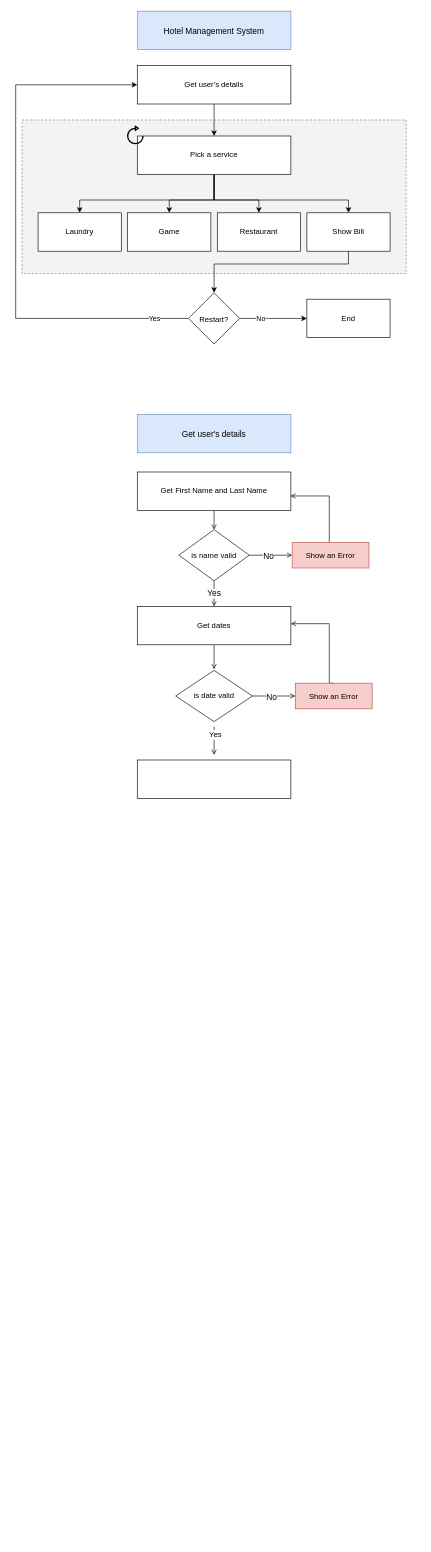
ouhoy/hotel_management_system keeps this draw.io diagram as page "Page-1" (1 of 2) of assets/Hotel Management System UML.drawio. Above is the earlier version. Source tidied: cells renumbered, new cells numbered last; positions are measured from the earlier drawing's top-left corner, leaving out a move shared by most shapes. Both pictures are drawn from the tidied source at 64%, with x=0, y=0 at pixel (15, 11).
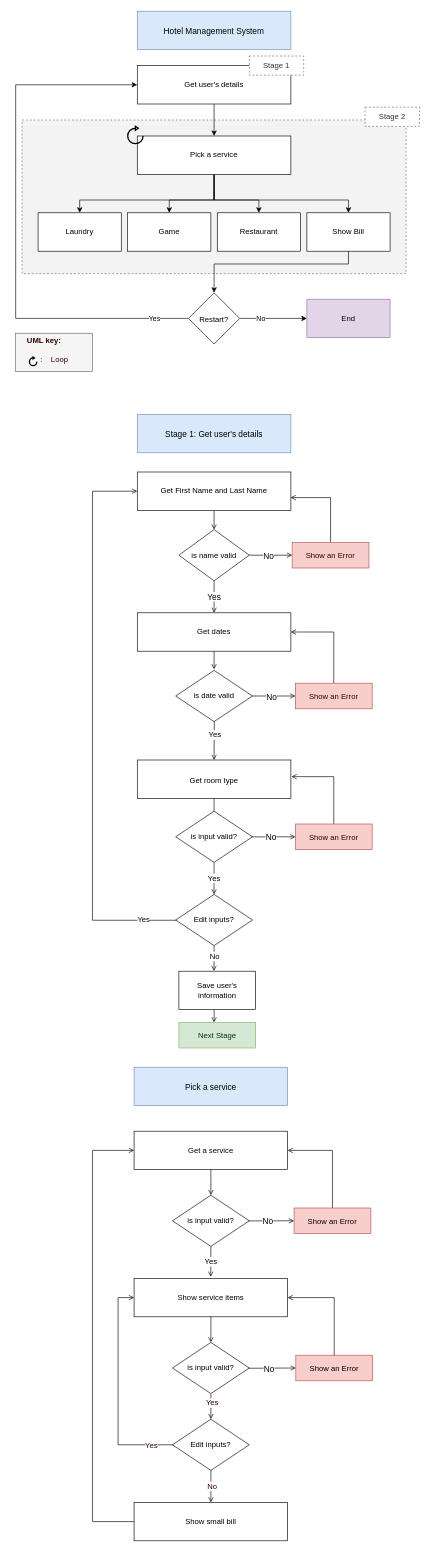
After the change.

Commit message (it also covers changes not shown here):
Update UML: add detailed design; stage one and two

Also update the type annotation in the main py file

The change refers to these unchanged cells:
```xml
<mxCell id="25" value="Get First Name and Last Name" style="whiteSpace=wrap;html=1;rounded=1;arcSize=0;" parent="1" vertex="1">
  <mxGeometry x="190" y="720" width="240" height="60" as="geometry" />
</mxCell>
<mxCell id="36" value="is date valid" style="rhombus;whiteSpace=wrap;html=1;strokeColor=#000000;strokeWidth=1;fontSize=12;" parent="1" vertex="1">
  <mxGeometry x="250" y="1030" width="120" height="80" as="geometry" />
</mxCell>
```

The edit, as a diff of the source:
```diff
@@
-    <mxCell id="20" value="End" style="whiteSpace=wrap;html=1;rounded=1;arcSize=0;" parent="1" vertex="1">
+    <mxCell id="20" value="End" style="whiteSpace=wrap;html=1;rounded=1;arcSize=0;fillColor=#e1d5e7;strokeColor=#9673a6;" parent="1" vertex="1">
       <mxGeometry x="455" y="450" width="130" height="60" as="geometry" />
     </mxCell>
@@
-    <mxCell id="23" value="&lt;font style=&quot;font-size: 13px;&quot;&gt;Get user's details&lt;/font&gt;" style="rounded=0;whiteSpace=wrap;html=1;fontSize=16;fillColor=#dae8fc;strokeColor=#6c8ebf;" parent="1" vertex="1">
+    <mxCell id="23" value="&lt;font style=&quot;font-size: 13px;&quot;&gt;Stage 1: Get user's details&lt;/font&gt;" style="rounded=0;whiteSpace=wrap;html=1;fontSize=16;fillColor=#dae8fc;strokeColor=#6c8ebf;" parent="1" vertex="1">
       <mxGeometry x="190" y="630" width="240" height="60" as="geometry" />
     </mxCell>
@@
-    <mxCell id="30" style="edgeStyle=elbowEdgeStyle;rounded=0;jettySize=auto;html=1;entryX=0.997;entryY=0.624;entryDx=0;entryDy=0;entryPerimeter=0;fontSize=12;endArrow=open;sourcePerimeterSpacing=8;targetPerimeterSpacing=8;exitX=0.5;exitY=0;exitDx=0;exitDy=0;" parent="1" edge="1" source="31" target="25">
+    <mxCell id="30" style="edgeStyle=elbowEdgeStyle;rounded=0;jettySize=auto;html=1;fontSize=12;endArrow=open;sourcePerimeterSpacing=8;targetPerimeterSpacing=8;exitX=0.5;exitY=0;exitDx=0;exitDy=0;entryX=0.998;entryY=0.661;entryDx=0;entryDy=0;entryPerimeter=0;elbow=vertical;" parent="1" edge="1" source="31" target="25">
       <mxGeometry relative="1" as="geometry">
         <Array as="points">
-          <mxPoint x="490" y="800" />
-          <mxPoint x="490" y="790" />
+          <mxPoint x="460" y="760" />
         </Array>
       </mxGeometry>
     </mxCell>
-    <mxCell id="31" value="&lt;span style=&quot;font-size: 12px;&quot;&gt;Show an Error&lt;/span&gt;" style="whiteSpace=wrap;html=1;fontSize=13;strokeColor=#b85450;strokeWidth=1;fillColor=#f8cecc;" parent="1" vertex="1">
+    <mxCell id="31" value="&lt;span style=&quot;font-size: 12px;&quot;&gt;&lt;font color=&quot;#330000&quot;&gt;Show an Error&lt;/font&gt;&lt;/span&gt;" style="whiteSpace=wrap;html=1;fontSize=13;strokeColor=#b85450;strokeWidth=1;fillColor=#f8cecc;" parent="1" vertex="1">
       <mxGeometry x="432" y="830" width="120" height="40" as="geometry" />
     </mxCell>
@@
     <mxCell id="33" value="Get dates" style="whiteSpace=wrap;html=1;rounded=1;arcSize=0;" parent="1" vertex="1">
-      <mxGeometry x="190" y="930" width="240" height="60" as="geometry" />
+      <mxGeometry x="190" y="940" width="240" height="60" as="geometry" />
     </mxCell>
-    <mxCell id="34" style="edgeStyle=elbowEdgeStyle;rounded=0;jettySize=auto;html=1;fontSize=12;endArrow=open;sourcePerimeterSpacing=8;targetPerimeterSpacing=8;" parent="1" edge="1" source="36" target="41">
+    <mxCell id="34" style="edgeStyle=elbowEdgeStyle;rounded=0;jettySize=auto;html=1;fontSize=12;endArrow=open;sourcePerimeterSpacing=8;targetPerimeterSpacing=8;exitX=0.503;exitY=0.982;exitDx=0;exitDy=0;exitPerimeter=0;entryX=0.5;entryY=0;entryDx=0;entryDy=0;" parent="1" edge="1" source="36" target="41">
       <mxGeometry relative="1" as="geometry" />
     </mxCell>
     <mxCell id="35" value="Yes" style="edgeLabel;html=1;align=center;verticalAlign=middle;fontSize=12;" parent="34" vertex="1">
-      <mxGeometry x="-0.45" y="1" relative="1" as="geometry" />
+      <mxGeometry x="-0.45" y="1" relative="1" as="geometry">
+        <mxPoint x="-1" y="5" as="offset" />
+      </mxGeometry>
     </mxCell>
@@
-    <mxCell id="37" style="edgeStyle=elbowEdgeStyle;rounded=0;orthogonalLoop=1;jettySize=auto;html=1;fontSize=13;endArrow=open;sourcePerimeterSpacing=8;targetPerimeterSpacing=8;exitX=1;exitY=0.5;exitDx=0;exitDy=0;entryX=0;entryY=0.5;entryDx=0;entryDy=0;" parent="1" edge="1">
+    <mxCell id="37" style="edgeStyle=elbowEdgeStyle;rounded=0;jettySize=auto;html=1;fontSize=13;endArrow=open;sourcePerimeterSpacing=8;targetPerimeterSpacing=8;exitX=1;exitY=0.5;exitDx=0;exitDy=0;entryX=0;entryY=0.5;entryDx=0;entryDy=0;" parent="1" edge="1" source="36">
       <mxGeometry relative="1" as="geometry">
-        <mxPoint x="370" y="1070" as="sourcePoint" />
         <mxPoint x="437" y="1070" as="targetPoint" />
       </mxGeometry>
     </mxCell>
@@
-    <mxCell id="39" style="edgeStyle=elbowEdgeStyle;rounded=0;jettySize=auto;html=1;entryX=0.997;entryY=0.624;entryDx=0;entryDy=0;entryPerimeter=0;fontSize=12;endArrow=open;sourcePerimeterSpacing=8;targetPerimeterSpacing=8;exitX=0.5;exitY=0;exitDx=0;exitDy=0;" parent="1" edge="1" source="40">
+    <mxCell id="39" style="edgeStyle=elbowEdgeStyle;rounded=0;jettySize=auto;html=1;entryX=1;entryY=0.5;entryDx=0;entryDy=0;fontSize=12;endArrow=open;sourcePerimeterSpacing=8;targetPerimeterSpacing=8;exitX=0.5;exitY=0;exitDx=0;exitDy=0;elbow=vertical;" parent="1" edge="1" source="40" target="33">
       <mxGeometry relative="1" as="geometry">
-        <mxPoint x="430" y="957" as="targetPoint" />
         <Array as="points">
-          <mxPoint x="490" y="1030" />
-          <mxPoint x="490.7" y="999.6" />
-          <mxPoint x="490.7" y="989.6" />
+          <mxPoint x="470" y="970" />
         </Array>
       </mxGeometry>
     </mxCell>
-    <mxCell id="40" value="&lt;span style=&quot;font-size: 12px;&quot;&gt;Show an Error&lt;/span&gt;" style="whiteSpace=wrap;html=1;fontSize=13;strokeColor=#b85450;strokeWidth=1;fillColor=#f8cecc;" parent="1" vertex="1">
+    <mxCell id="40" value="&lt;span style=&quot;font-size: 12px;&quot;&gt;&lt;font color=&quot;#330000&quot;&gt;Show an Error&lt;/font&gt;&lt;/span&gt;" style="whiteSpace=wrap;html=1;fontSize=13;strokeColor=#b85450;strokeWidth=1;fillColor=#f8cecc;" parent="1" vertex="1">
       <mxGeometry x="437" y="1050" width="120" height="40" as="geometry" />
     </mxCell>
+    <mxCell id="42" value="Yes" style="edgeStyle=none;curved=1;rounded=0;jettySize=auto;html=1;entryX=0.5;entryY=0;entryDx=0;entryDy=0;fontSize=12;endArrow=open;targetPerimeterSpacing=8;exitX=0.5;exitY=1;exitDx=0;exitDy=0;startArrow=none;" parent="1" edge="1" source="55" target="47">
+      <mxGeometry relative="1" as="geometry" />
+    </mxCell>
-    <mxCell id="41" style="whiteSpace=wrap;html=1;strokeColor=#000000;strokeWidth=1;fontSize=16;" parent="1" vertex="1">
+    <mxCell id="41" value="&lt;font style=&quot;font-size: 12px;&quot;&gt;Get room type&lt;/font&gt;" style="whiteSpace=wrap;html=1;strokeColor=#000000;strokeWidth=1;fontSize=16;" parent="1" vertex="1">
       <mxGeometry x="190" y="1170" width="240" height="60" as="geometry" />
     </mxCell>
+    <mxCell id="43" style="edgeStyle=orthogonalEdgeStyle;rounded=0;jettySize=auto;html=1;fontSize=12;endArrow=open;sourcePerimeterSpacing=8;targetPerimeterSpacing=8;entryX=0;entryY=0.5;entryDx=0;entryDy=0;exitX=0.016;exitY=0.505;exitDx=0;exitDy=0;exitPerimeter=0;" parent="1" edge="1" source="47" target="25">
+      <mxGeometry relative="1" as="geometry">
+        <Array as="points">
+          <mxPoint x="252" y="1420" />
+          <mxPoint x="120" y="1420" />
+          <mxPoint x="120" y="750" />
+        </Array>
+      </mxGeometry>
+    </mxCell>
+    <mxCell id="44" value="Yes" style="edgeLabel;html=1;align=center;verticalAlign=middle;fontSize=12;" parent="43" vertex="1">
+      <mxGeometry x="-0.88" y="-2" relative="1" as="geometry" />
+    </mxCell>
+    <mxCell id="45" style="edgeStyle=elbowEdgeStyle;rounded=0;jettySize=auto;elbow=vertical;html=1;fontSize=12;fontColor=#000000;endArrow=open;sourcePerimeterSpacing=8;targetPerimeterSpacing=8;exitX=0.5;exitY=1;exitDx=0;exitDy=0;entryX=0.457;entryY=-0.005;entryDx=0;entryDy=0;entryPerimeter=0;" parent="1" edge="1" source="47" target="89">
+      <mxGeometry relative="1" as="geometry" />
+    </mxCell>
+    <mxCell id="46" value="No" style="edgeLabel;html=1;align=center;verticalAlign=middle;fontSize=12;fontColor=#000000;" parent="45" vertex="1">
+      <mxGeometry x="-0.2" relative="1" as="geometry" />
+    </mxCell>
+    <mxCell id="47" value="Edit inputs?" style="rhombus;whiteSpace=wrap;html=1;strokeColor=#000000;strokeWidth=1;fontSize=12;" parent="1" vertex="1">
+      <mxGeometry x="250" y="1380" width="120" height="80" as="geometry" />
+    </mxCell>
+    <mxCell id="48" value="&lt;font style=&quot;font-size: 13px;&quot;&gt;Pick a service&lt;/font&gt;" style="rounded=0;whiteSpace=wrap;html=1;fontSize=16;fillColor=#dae8fc;strokeColor=#6c8ebf;" parent="1" vertex="1">
+      <mxGeometry x="185" y="1650" width="240" height="60" as="geometry" />
+    </mxCell>
+    <mxCell id="49" style="edgeStyle=elbowEdgeStyle;rounded=0;jettySize=auto;elbow=vertical;html=1;entryX=0.5;entryY=0;entryDx=0;entryDy=0;fontSize=12;fontColor=#330000;endArrow=open;sourcePerimeterSpacing=8;targetPerimeterSpacing=8;exitX=0.5;exitY=0.5;exitDx=0;exitDy=0;exitPerimeter=0;" parent="1" edge="1" source="50" target="62">
+      <mxGeometry relative="1" as="geometry" />
+    </mxCell>
+    <mxCell id="50" value="Get a service" style="whiteSpace=wrap;html=1;rounded=1;arcSize=0;" parent="1" vertex="1">
+      <mxGeometry x="185" y="1750" width="240" height="60" as="geometry" />
+    </mxCell>
+    <mxCell id="51" style="edgeStyle=elbowEdgeStyle;rounded=0;jettySize=auto;html=1;fontSize=13;endArrow=open;sourcePerimeterSpacing=8;targetPerimeterSpacing=8;entryX=0;entryY=0.5;entryDx=0;entryDy=0;elbow=vertical;exitX=0.979;exitY=0.502;exitDx=0;exitDy=0;exitPerimeter=0;" parent="1" edge="1" source="62" target="54">
+      <mxGeometry relative="1" as="geometry" />
+    </mxCell>
+    <mxCell id="52" value="No" style="edgeLabel;html=1;align=center;verticalAlign=middle;fontSize=13;" parent="51" vertex="1">
+      <mxGeometry x="-0.39" y="1" relative="1" as="geometry">
+        <mxPoint x="9" y="1" as="offset" />
+      </mxGeometry>
+    </mxCell>
+    <mxCell id="53" style="edgeStyle=elbowEdgeStyle;rounded=0;jettySize=auto;html=1;fontSize=12;endArrow=open;sourcePerimeterSpacing=8;targetPerimeterSpacing=8;elbow=vertical;entryX=1;entryY=0.5;entryDx=0;entryDy=0;exitX=0.5;exitY=0;exitDx=0;exitDy=0;" parent="1" edge="1" source="54">
+      <mxGeometry relative="1" as="geometry">
+        <mxPoint x="425" y="1780" as="targetPoint" />
+        <Array as="points">
+          <mxPoint x="480" y="1780" />
+          <mxPoint x="507" y="1780" />
+        </Array>
+      </mxGeometry>
+    </mxCell>
+    <mxCell id="54" value="&lt;span style=&quot;font-size: 12px;&quot;&gt;Show an Error&lt;/span&gt;" style="whiteSpace=wrap;html=1;fontSize=13;strokeColor=#b85450;strokeWidth=1;fillColor=#f8cecc;" parent="1" vertex="1">
+      <mxGeometry x="435" y="1870" width="120" height="40" as="geometry" />
+    </mxCell>
+    <mxCell id="55" value="is input valid?" style="rhombus;whiteSpace=wrap;html=1;strokeColor=#000000;strokeWidth=1;fontSize=12;" parent="1" vertex="1">
+      <mxGeometry x="250" y="1250" width="120" height="80" as="geometry" />
+    </mxCell>
+    <mxCell id="56" style="edgeStyle=none;curved=1;rounded=0;jettySize=auto;html=1;entryX=0.5;entryY=0;entryDx=0;entryDy=0;fontSize=12;endArrow=none;sourcePerimeterSpacing=8;exitX=0.5;exitY=1;exitDx=0;exitDy=0;" parent="1" edge="1" source="41" target="55">
+      <mxGeometry relative="1" as="geometry" />
+    </mxCell>
+    <mxCell id="57" style="edgeStyle=elbowEdgeStyle;rounded=0;jettySize=auto;html=1;fontSize=13;endArrow=open;sourcePerimeterSpacing=8;targetPerimeterSpacing=8;exitX=0.986;exitY=0.501;exitDx=0;exitDy=0;entryX=0;entryY=0.5;entryDx=0;entryDy=0;exitPerimeter=0;" parent="1" edge="1" source="55">
+      <mxGeometry relative="1" as="geometry">
+        <mxPoint x="437" y="1290" as="targetPoint" />
+      </mxGeometry>
+    </mxCell>
+    <mxCell id="58" value="No" style="edgeLabel;html=1;align=center;verticalAlign=middle;fontSize=13;" parent="57" vertex="1">
+      <mxGeometry x="-0.39" y="1" relative="1" as="geometry">
+        <mxPoint x="9" y="1" as="offset" />
+      </mxGeometry>
+    </mxCell>
+    <mxCell id="59" style="edgeStyle=elbowEdgeStyle;rounded=0;jettySize=auto;html=1;entryX=1.004;entryY=0.427;entryDx=0;entryDy=0;fontSize=12;endArrow=open;sourcePerimeterSpacing=8;targetPerimeterSpacing=8;exitX=0.5;exitY=0;exitDx=0;exitDy=0;elbow=vertical;entryPerimeter=0;" parent="1" edge="1" source="60" target="41">
+      <mxGeometry relative="1" as="geometry">
+        <Array as="points">
+          <mxPoint x="450" y="1196" />
+          <mxPoint x="450" y="1190" />
+          <mxPoint x="470" y="1190" />
+        </Array>
+      </mxGeometry>
+    </mxCell>
+    <mxCell id="60" value="&lt;span style=&quot;font-size: 12px;&quot;&gt;&lt;font color=&quot;#330000&quot;&gt;Show an Error&lt;/font&gt;&lt;/span&gt;" style="whiteSpace=wrap;html=1;fontSize=13;strokeColor=#b85450;strokeWidth=1;fillColor=#f8cecc;" parent="1" vertex="1">
+      <mxGeometry x="437" y="1270" width="120" height="40" as="geometry" />
+    </mxCell>
+    <mxCell id="61" value="&lt;span style=&quot;font-size: 12px;&quot;&gt;&lt;font color=&quot;#00331a&quot;&gt;Next Stage&lt;/font&gt;&lt;/span&gt;" style="whiteSpace=wrap;html=1;fontSize=13;strokeColor=#82b366;strokeWidth=1;fillColor=#d5e8d4;" parent="1" vertex="1">
+      <mxGeometry x="255" y="1580" width="120" height="40" as="geometry" />
+    </mxCell>
+    <mxCell id="62" value="is input valid?" style="rhombus;whiteSpace=wrap;html=1;strokeColor=#000000;strokeWidth=1;fontSize=12;" parent="1" vertex="1">
+      <mxGeometry x="245" y="1850" width="120" height="80" as="geometry" />
+    </mxCell>
+    <mxCell id="63" value="Yes" style="edgeStyle=none;curved=1;rounded=0;jettySize=auto;html=1;entryX=0.499;entryY=-0.041;entryDx=0;entryDy=0;fontSize=12;endArrow=open;targetPerimeterSpacing=8;exitX=0.5;exitY=1;exitDx=0;exitDy=0;startArrow=none;entryPerimeter=0;" parent="1" edge="1" source="62" target="65">
+      <mxGeometry relative="1" as="geometry" />
+    </mxCell>
+    <mxCell id="64" style="edgeStyle=elbowEdgeStyle;rounded=0;jettySize=auto;elbow=vertical;html=1;entryX=0.5;entryY=0;entryDx=0;entryDy=0;fontSize=12;fontColor=#330000;endArrow=open;sourcePerimeterSpacing=8;targetPerimeterSpacing=8;exitX=0.5;exitY=0.667;exitDx=0;exitDy=0;exitPerimeter=0;" parent="1" edge="1" source="65" target="68">
+      <mxGeometry relative="1" as="geometry" />
+    </mxCell>
+    <mxCell id="65" value="Show service items" style="whiteSpace=wrap;html=1;rounded=1;arcSize=0;" parent="1" vertex="1">
+      <mxGeometry x="185" y="1980" width="240" height="60" as="geometry" />
+    </mxCell>
+    <mxCell id="66" style="edgeStyle=elbowEdgeStyle;rounded=0;jettySize=auto;elbow=vertical;html=1;fontSize=12;fontColor=#330000;endArrow=open;sourcePerimeterSpacing=8;targetPerimeterSpacing=8;exitX=0.5;exitY=1.012;exitDx=0;exitDy=0;exitPerimeter=0;entryX=0.5;entryY=0;entryDx=0;entryDy=0;" parent="1" edge="1" source="68" target="85">
+      <mxGeometry relative="1" as="geometry" />
+    </mxCell>
+    <mxCell id="67" value="Yes" style="edgeLabel;html=1;align=center;verticalAlign=middle;fontSize=12;fontColor=#330000;" parent="66" vertex="1">
+      <mxGeometry x="-0.26" y="1" relative="1" as="geometry" />
+    </mxCell>
+    <mxCell id="68" value="is input valid?" style="rhombus;whiteSpace=wrap;html=1;strokeColor=#000000;strokeWidth=1;fontSize=12;" parent="1" vertex="1">
+      <mxGeometry x="245" y="2080" width="120" height="80" as="geometry" />
+    </mxCell>
+    <mxCell id="69" value="&lt;span style=&quot;font-size: 12px;&quot;&gt;Show an Error&lt;/span&gt;" style="whiteSpace=wrap;html=1;fontSize=13;strokeColor=#b85450;strokeWidth=1;fillColor=#f8cecc;" parent="1" vertex="1">
+      <mxGeometry x="437.7" y="2100" width="120" height="40" as="geometry" />
+    </mxCell>
+    <mxCell id="70" style="edgeStyle=elbowEdgeStyle;rounded=0;jettySize=auto;html=1;fontSize=13;endArrow=open;sourcePerimeterSpacing=8;targetPerimeterSpacing=8;entryX=0;entryY=0.5;entryDx=0;entryDy=0;elbow=vertical;exitX=0.992;exitY=0.505;exitDx=0;exitDy=0;exitPerimeter=0;" parent="1" edge="1" source="68" target="69">
+      <mxGeometry relative="1" as="geometry" />
+    </mxCell>
+    <mxCell id="71" value="No" style="edgeLabel;html=1;align=center;verticalAlign=middle;fontSize=13;" parent="70" vertex="1">
+      <mxGeometry x="-0.39" y="1" relative="1" as="geometry">
+        <mxPoint x="9" y="1" as="offset" />
+      </mxGeometry>
+    </mxCell>
+    <mxCell id="72" style="edgeStyle=elbowEdgeStyle;rounded=0;jettySize=auto;html=1;fontSize=12;endArrow=open;sourcePerimeterSpacing=8;targetPerimeterSpacing=8;elbow=vertical;entryX=1;entryY=0.5;entryDx=0;entryDy=0;exitX=0.5;exitY=0;exitDx=0;exitDy=0;" parent="1" edge="1" source="69" target="65">
+      <mxGeometry relative="1" as="geometry">
+        <Array as="points">
+          <mxPoint x="482.7" y="2010" />
+          <mxPoint x="509.7" y="2010" />
+        </Array>
+      </mxGeometry>
+    </mxCell>
+    <mxCell id="73" value="Stage 1" style="whiteSpace=wrap;html=1;fontSize=12;dashed=1;fillColor=#FFFFFF;strokeColor=#666666;fontColor=#333333;" parent="1" vertex="1">
+      <mxGeometry x="365" y="70" width="85" height="30" as="geometry" />
+    </mxCell>
+    <mxCell id="74" value="Stage 2" style="whiteSpace=wrap;html=1;fontSize=12;dashed=1;fillColor=#FFFFFF;strokeColor=#666666;fontColor=#333333;gradientColor=none;" parent="1" vertex="1">
+      <mxGeometry x="546" y="150" width="85" height="30" as="geometry" />
+    </mxCell>
+    <mxCell id="75" style="group;" parent="1" vertex="1">
+      <mxGeometry y="500" width="120" height="63.2" as="geometry" />
+    </mxCell>
+    <mxCell id="76" style="rounded=0;whiteSpace=wrap;html=1;strokeColor=#666666;fontSize=12;fontColor=#333333;fillColor=#f5f5f5;" parent="75" vertex="1">
+      <mxGeometry y="3.2" width="120" height="60" as="geometry" />
+    </mxCell>
+    <mxCell id="77" value="&lt;b&gt;UML key:&lt;/b&gt;" style="text;html=1;align=center;verticalAlign=middle;strokeColor=none;fillColor=none;fontSize=12;fontColor=#330000;" parent="75" vertex="1">
+      <mxGeometry x="4" width="80" height="30" as="geometry" />
+    </mxCell>
+    <mxCell id="78" style="group;" parent="75" vertex="1">
+      <mxGeometry x="21.5" y="30" width="73.5" height="30" as="geometry" />
+    </mxCell>
+    <mxCell id="79" value=":&amp;nbsp; &amp;nbsp; Loop" style="text;html=1;align=center;verticalAlign=middle;strokeColor=none;fillColor=none;fontSize=12;fontColor=#330000;" parent="78" vertex="1">
+      <mxGeometry x="3.5" width="70" height="30" as="geometry" />
+    </mxCell>
+    <mxCell id="80" style="html=1;verticalLabelPosition=bottom;align=center;labelBackgroundColor=#ffffff;verticalAlign=top;strokeWidth=2;strokeColor=#000000;shadow=0;dashed=0;shape=mxgraph.ios7.icons.reload;fontSize=16;" parent="78" vertex="1">
+      <mxGeometry y="10.2" width="11.5" height="13.5" as="geometry" />
+    </mxCell>
+    <mxCell id="81" style="edgeStyle=elbowEdgeStyle;rounded=0;jettySize=auto;elbow=vertical;html=1;entryX=0;entryY=0.5;entryDx=0;entryDy=0;fontSize=12;fontColor=#330000;endArrow=open;sourcePerimeterSpacing=8;targetPerimeterSpacing=8;exitX=0.125;exitY=0.5;exitDx=0;exitDy=0;exitPerimeter=0;" parent="1" edge="1" source="85" target="65">
+      <mxGeometry relative="1" as="geometry">
+        <Array as="points">
+          <mxPoint x="160" y="2150" />
+          <mxPoint x="140" y="2200" />
+        </Array>
+      </mxGeometry>
+    </mxCell>
+    <mxCell id="82" value="Yes" style="edgeLabel;html=1;align=center;verticalAlign=middle;fontSize=12;fontColor=#330000;" parent="81" vertex="1">
+      <mxGeometry x="-0.62" relative="1" as="geometry">
+        <mxPoint x="18" as="offset" />
+      </mxGeometry>
+    </mxCell>
+    <mxCell id="83" style="edgeStyle=elbowEdgeStyle;rounded=0;jettySize=auto;elbow=vertical;html=1;entryX=0.5;entryY=0;entryDx=0;entryDy=0;fontSize=12;fontColor=#330000;endArrow=open;sourcePerimeterSpacing=8;targetPerimeterSpacing=8;exitX=0.5;exitY=0.625;exitDx=0;exitDy=0;exitPerimeter=0;" parent="1" edge="1" source="85" target="87">
+      <mxGeometry relative="1" as="geometry" />
+    </mxCell>
+    <mxCell id="84" value="No" style="edgeLabel;html=1;align=center;verticalAlign=middle;fontSize=12;fontColor=#330000;" parent="83" vertex="1">
+      <mxGeometry x="0.47" y="1" relative="1" as="geometry">
+        <mxPoint y="-5" as="offset" />
+      </mxGeometry>
+    </mxCell>
+    <mxCell id="85" value="Edit inputs?" style="rhombus;whiteSpace=wrap;html=1;strokeColor=#000000;strokeWidth=1;fontSize=12;" parent="1" vertex="1">
+      <mxGeometry x="245" y="2200" width="120" height="80" as="geometry" />
+    </mxCell>
+    <mxCell id="86" style="edgeStyle=elbowEdgeStyle;rounded=0;jettySize=auto;elbow=vertical;html=1;entryX=0;entryY=0.5;entryDx=0;entryDy=0;fontSize=12;fontColor=#330000;endArrow=open;sourcePerimeterSpacing=8;targetPerimeterSpacing=8;exitX=0;exitY=0.5;exitDx=0;exitDy=0;" parent="1" edge="1" source="87" target="50">
+      <mxGeometry relative="1" as="geometry">
+        <Array as="points">
+          <mxPoint x="120" y="2200" />
+        </Array>
+      </mxGeometry>
+    </mxCell>
+    <mxCell id="87" value="Show small bill" style="whiteSpace=wrap;html=1;rounded=1;arcSize=0;" parent="1" vertex="1">
+      <mxGeometry x="185" y="2330" width="240" height="60" as="geometry" />
+    </mxCell>
+    <mxCell id="88" style="edgeStyle=elbowEdgeStyle;orthogonalLoop=1;jettySize=auto;elbow=vertical;html=1;entryX=0.5;entryY=0;entryDx=0;entryDy=0;fontSize=12;fontColor=#000000;endArrow=open;sourcePerimeterSpacing=8;targetPerimeterSpacing=8;exitX=0.501;exitY=0.98;exitDx=0;exitDy=0;exitPerimeter=0;strokeColor=default;rounded=0;shadow=0;" parent="1" edge="1">
+      <mxGeometry relative="1" as="geometry">
+        <mxPoint x="310.1" y="1558.8" as="sourcePoint" />
+        <mxPoint x="310" y="1580" as="targetPoint" />
+      </mxGeometry>
+    </mxCell>
+    <mxCell id="89" value="Save user's information" style="rounded=0;whiteSpace=wrap;html=1;strokeColor=default;fontSize=12;fontColor=#000000;fillColor=#FFFFFF;gradientColor=none;" parent="1" vertex="1">
+      <mxGeometry x="255" y="1500" width="120" height="60" as="geometry" />
+    </mxCell>
```
